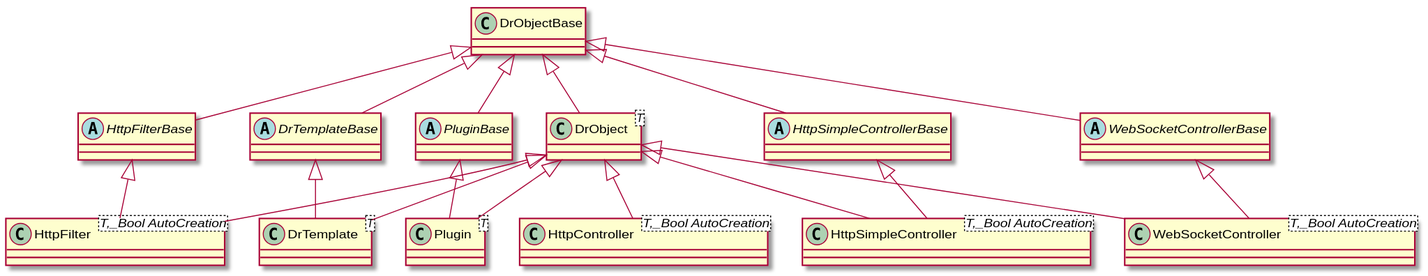
Before: drogon/puml/drobjectbase_hierarchy.svg, a diagram exported from PlantUML (bkryza/clang-uml-examples).
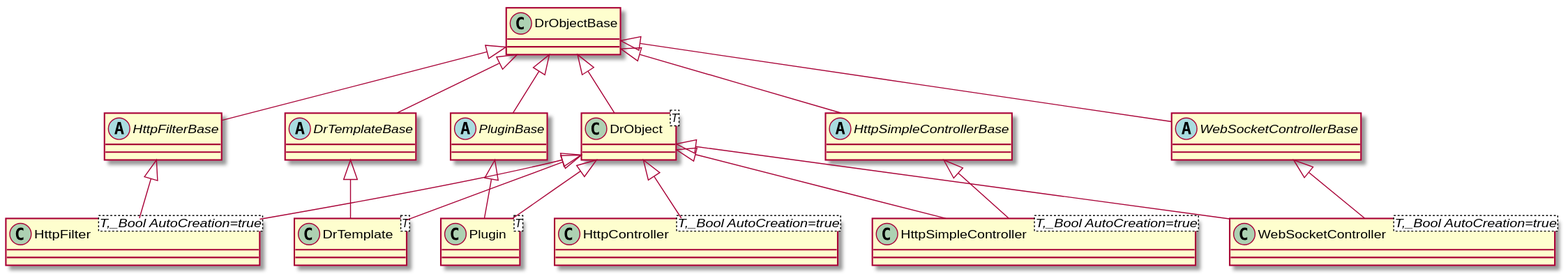
After the commit.

Change to the diagram source:
```diff
@@ -8,8 +8,8 @@
 abstract "HttpFilterBase" as C_0001287349830889935744
 abstract C_0001287349830889935744 {
 }
-class "HttpFilter<T,_Bool AutoCreation>" as C_0000031631007973654078
-class C_0000031631007973654078 {
+class "HttpFilter<T,_Bool AutoCreation=true>" as C_0001423317784030907931
+class C_0001423317784030907931 {
 }
 abstract "DrTemplateBase" as C_0000286555068366301766
 abstract C_0000286555068366301766 {
@@ -29,19 +29,19 @@
 abstract "WebSocketControllerBase" as C_0001615046545627727628
 abstract C_0001615046545627727628 {
 }
-class "HttpController<T,_Bool AutoCreation>" as C_0001995789392269599386
-class C_0001995789392269599386 {
+class "HttpController<T,_Bool AutoCreation=true>" as C_0000022864597420834899
+class C_0000022864597420834899 {
 }
-class "HttpSimpleController<T,_Bool AutoCreation>" as C_0001833788982003182044
-class C_0001833788982003182044 {
+class "HttpSimpleController<T,_Bool AutoCreation=true>" as C_0000230834042887687668
+class C_0000230834042887687668 {
 }
-class "WebSocketController<T,_Bool AutoCreation>" as C_0000806111021869891832
-class C_0000806111021869891832 {
+class "WebSocketController<T,_Bool AutoCreation=true>" as C_0001306947998463000992
+class C_0001306947998463000992 {
 }
 C_0000948678946378292650 <|-- C_0000928351319055387329
 C_0000948678946378292650 <|-- C_0001287349830889935744
-C_0000928351319055387329 <|-- C_0000031631007973654078
-C_0001287349830889935744 <|-- C_0000031631007973654078
+C_0000928351319055387329 <|-- C_0001423317784030907931
+C_0001287349830889935744 <|-- C_0001423317784030907931
 C_0000948678946378292650 <|-- C_0000286555068366301766
 C_0000928351319055387329 <|-- C_0000730908334399288167
 C_0000286555068366301766 <|-- C_0000730908334399288167
@@ -50,9 +50,10 @@
 C_0000928351319055387329 <|-- C_0000090245984191403772
 C_0000948678946378292650 <|-- C_0000128620413217137181
 C_0000948678946378292650 <|-- C_0001615046545627727628
-C_0000928351319055387329 <|-- C_0001995789392269599386
-C_0000928351319055387329 <|-- C_0001833788982003182044
-C_0000128620413217137181 <|-- C_0001833788982003182044
-C_0000928351319055387329 <|-- C_0000806111021869891832
-C_0001615046545627727628 <|-- C_0000806111021869891832
+C_0000928351319055387329 <|-- C_0000022864597420834899
+C_0000928351319055387329 <|-- C_0000230834042887687668
+C_0000128620413217137181 <|-- C_0000230834042887687668
+C_0000928351319055387329 <|-- C_0001306947998463000992
+C_0001615046545627727628 <|-- C_0001306947998463000992
+
 @enduml
```
